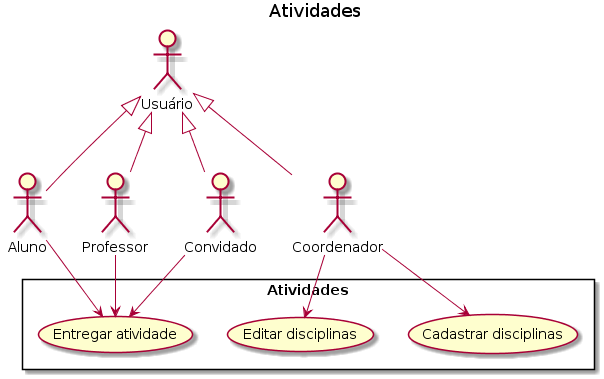
This is imagens/atv.png from LucasArthur94/tcc, a PlantUML export, as it was before one commit. Source of this version:
```plantuml
@startuml
title Atividades

rectangle Atividades {
    (Cadastrar disciplinas)
    (Editar disciplinas)
    (Entregar atividade)
}

Aluno -up-|> Usuário
Professor -up-|> Usuário
Convidado -up-|> Usuário
Coordenador -up-|> Usuário

Coordenador --> (Cadastrar disciplinas)
Coordenador --> (Editar disciplinas)

Aluno --> (Entregar atividade)
Professor --> (Entregar atividade)
Convidado --> (Entregar atividade)
@enduml
```
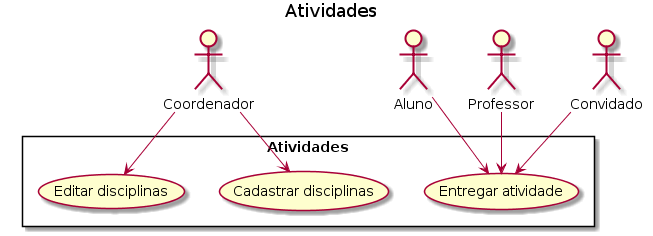
After the change.

Change to the diagram source:
```diff
@@ -7,11 +7,6 @@
     (Entregar atividade)
 }
 
-Aluno -up-|> Usuário
-Professor -up-|> Usuário
-Convidado -up-|> Usuário
-Coordenador -up-|> Usuário
-
 Coordenador --> (Cadastrar disciplinas)
 Coordenador --> (Editar disciplinas)
 
```
